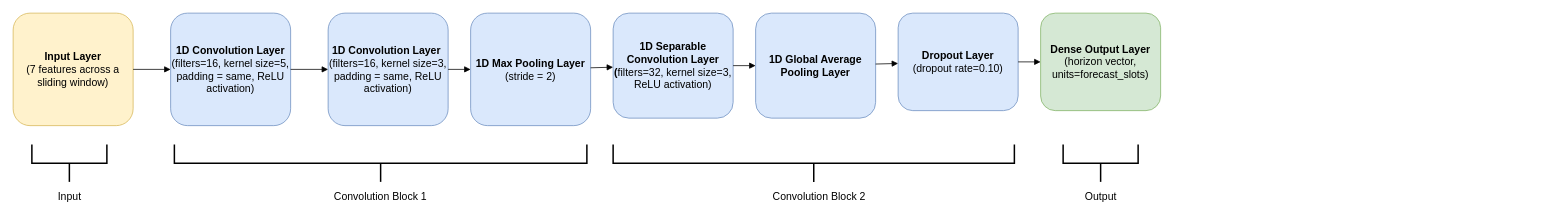
Earlier version of the draw.io diagram page "1D CNN Model" (7 of 9) of tinyml_home_weather_forecasting.drawio (rishi-latchmepersad/TinyML-Home-Weather-Forecasting). Source tidied: cells renumbered, new cells numbered last; positions are measured from the earlier drawing's top-left corner, leaving out a move shared by most shapes. Both pictures are drawn from the tidied source at 75%, with x=0, y=0 at pixel (13, -44).
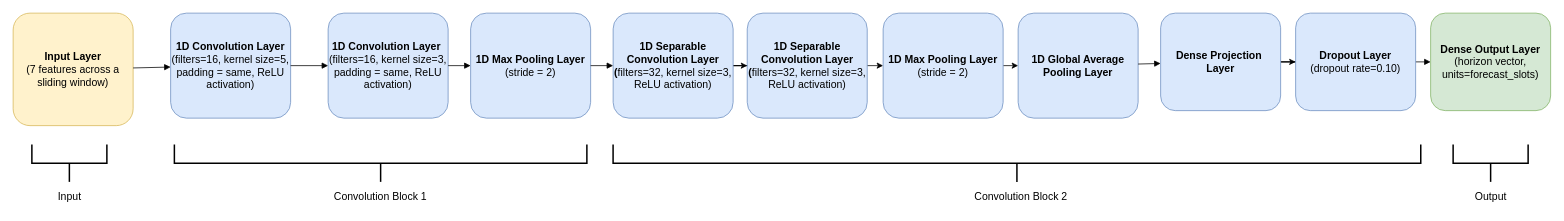
The same page after the edit.

Unchanged cells that the change refers to:
```xml
<mxCell id="6" value="&lt;b&gt;1D Separable Convolution Layer (&lt;/b&gt;filters=32, kernel size=3, ReLU activation)" style="rounded=1;whiteSpace=wrap;html=1;fillColor=#dae8fc;strokeColor=#6c8ebf;fontSize=14;" parent="1" vertex="1">
  <mxGeometry x="800" y="75" width="160" height="140" as="geometry" />
</mxCell>
```

Diff of the diagram source:
```diff
@@
     <mxCell id="3" value="&lt;b&gt;1D Convolution Layer&lt;/b&gt; (filters=16, kernel size=5, padding = same, ReLU activation)" style="rounded=1;whiteSpace=wrap;html=1;fillColor=#dae8fc;strokeColor=#6c8ebf;fontSize=14;" parent="1" vertex="1">
-      <mxGeometry x="210" y="75" width="160" height="150" as="geometry" />
+      <mxGeometry x="210" y="75" width="160" height="140" as="geometry" />
     </mxCell>
     <mxCell id="4" value="&lt;b&gt;1D Convolution Layer&lt;/b&gt;&amp;nbsp;&lt;div&gt;(filters=16, kernel size=3, padding = same, ReLU activation)&lt;/div&gt;" style="rounded=1;whiteSpace=wrap;html=1;fillColor=#dae8fc;strokeColor=#6c8ebf;fontSize=14;" parent="1" vertex="1">
-      <mxGeometry x="420" y="75" width="160" height="150" as="geometry" />
+      <mxGeometry x="420" y="75" width="160" height="140" as="geometry" />
     </mxCell>
     <mxCell id="5" value="&lt;b&gt;1D Max Pooling Layer&lt;/b&gt;&lt;div&gt;(stride = 2)&lt;/div&gt;" style="rounded=1;whiteSpace=wrap;html=1;fillColor=#dae8fc;strokeColor=#6c8ebf;fontSize=14;" parent="1" vertex="1">
-      <mxGeometry x="610" y="75" width="160" height="150" as="geometry" />
+      <mxGeometry x="610" y="75" width="160" height="140" as="geometry" />
     </mxCell>
+    <mxCell id="25" style="edgeStyle=orthogonalEdgeStyle;rounded=0;jettySize=auto;html=1;entryX=0;entryY=0.5;entryDx=0;entryDy=0;" parent="1" edge="1" source="6" target="28">
+      <mxGeometry relative="1" as="geometry" />
+    </mxCell>
@@
     <mxCell id="7" value="&lt;b&gt;1D Global Average Pooling Layer&lt;/b&gt;" style="rounded=1;whiteSpace=wrap;html=1;fillColor=#dae8fc;strokeColor=#6c8ebf;fontSize=14;" parent="1" vertex="1">
-      <mxGeometry x="990" y="75" width="160" height="140" as="geometry" />
+      <mxGeometry x="1340" y="75" width="160" height="140" as="geometry" />
     </mxCell>
+    <mxCell id="26" style="edgeStyle=orthogonalEdgeStyle;rounded=0;jettySize=auto;html=1;exitX=1;exitY=0.5;exitDx=0;exitDy=0;" parent="1" edge="1" source="8" target="31">
+      <mxGeometry relative="1" as="geometry" />
+    </mxCell>
-    <mxCell id="8" value="&lt;b&gt;Dropout Layer&lt;/b&gt;&lt;div&gt;(dropout rate=0.10)&lt;/div&gt;" style="rounded=1;whiteSpace=wrap;html=1;fillColor=#dae8fc;strokeColor=#6c8ebf;fontSize=14;" parent="1" vertex="1">
-      <mxGeometry x="1180" y="75" width="160" height="130" as="geometry" />
+    <mxCell id="8" value="&lt;b&gt;Dense Projection&amp;nbsp;&lt;/b&gt;&lt;div&gt;&lt;b&gt;Layer&lt;/b&gt;&lt;/div&gt;" style="rounded=1;whiteSpace=wrap;html=1;fillColor=#dae8fc;strokeColor=#6c8ebf;fontSize=14;" parent="1" vertex="1">
+      <mxGeometry x="1530" y="75" width="160" height="130" as="geometry" />
     </mxCell>
     <mxCell id="9" value="&lt;b&gt;Dense Output Layer&lt;/b&gt;&lt;div&gt;(horizon vector, units=forecast_slots)&lt;/div&gt;" style="rounded=1;whiteSpace=wrap;html=1;fillColor=#d5e8d4;strokeColor=#82b366;fontSize=14;" parent="1" vertex="1">
-      <mxGeometry x="1370" y="75" width="160" height="130" as="geometry" />
+      <mxGeometry x="1890" y="75" width="160" height="130" as="geometry" />
     </mxCell>
@@
-    <mxCell id="14" style="endArrow=block;html=1;rounded=0;strokeColor=#000000;" parent="1" edge="1" source="6" target="7">
-      <mxGeometry relative="1" as="geometry" />
-    </mxCell>
@@
-    <mxCell id="16" style="endArrow=block;html=1;rounded=0;strokeColor=#000000;" parent="1" edge="1" source="8" target="9">
-      <mxGeometry relative="1" as="geometry" />
+    <mxCell id="16" style="endArrow=block;html=1;rounded=0;strokeColor=#000000;" parent="1" edge="1" target="9">
+      <mxGeometry relative="1" as="geometry">
+        <mxPoint x="1870" y="140" as="sourcePoint" />
+      </mxGeometry>
     </mxCell>
@@
     <mxCell id="21" style="strokeWidth=2;html=1;shape=mxgraph.flowchart.annotation_2;align=left;labelPosition=right;rotation=-90;" parent="1" vertex="1">
-      <mxGeometry x="1042.5" y="7.5" width="50" height="535" as="geometry" />
+      <mxGeometry x="1313.4" y="-263.4" width="50" height="1076.9" as="geometry" />
     </mxCell>
     <mxCell id="22" value="Convolution Block 2" style="text;html=1;align=center;verticalAlign=middle;whiteSpace=wrap;rounded=0;fontSize=14;" parent="1" vertex="1">
-      <mxGeometry x="1011.2" y="305" width="127.5" height="30" as="geometry" />
+      <mxGeometry x="1280" y="305" width="127.5" height="30" as="geometry" />
     </mxCell>
     <mxCell id="23" style="strokeWidth=2;html=1;shape=mxgraph.flowchart.annotation_2;align=left;labelPosition=right;rotation=-90;" parent="1" vertex="1">
-      <mxGeometry x="1425" y="225" width="50" height="100" as="geometry" />
+      <mxGeometry x="1945" y="225" width="50" height="100" as="geometry" />
     </mxCell>
     <mxCell id="24" value="Output" style="text;html=1;align=center;verticalAlign=middle;whiteSpace=wrap;rounded=0;fontSize=14;" parent="1" vertex="1">
-      <mxGeometry x="1407.5" y="305" width="85" height="30" as="geometry" />
+      <mxGeometry x="1927.5" y="305" width="85" height="30" as="geometry" />
     </mxCell>
+    <mxCell id="27" style="edgeStyle=orthogonalEdgeStyle;rounded=0;jettySize=auto;html=1;exitX=1;exitY=0.5;exitDx=0;exitDy=0;entryX=0;entryY=0.5;entryDx=0;entryDy=0;" parent="1" edge="1" source="28" target="30">
+      <mxGeometry relative="1" as="geometry" />
+    </mxCell>
+    <mxCell id="28" value="&lt;b&gt;1D Separable Convolution Layer (&lt;/b&gt;filters=32, kernel size=3, ReLU activation)" style="rounded=1;whiteSpace=wrap;html=1;fillColor=#dae8fc;strokeColor=#6c8ebf;fontSize=14;" parent="1" vertex="1">
+      <mxGeometry x="978.8" y="75" width="160" height="140" as="geometry" />
+    </mxCell>
+    <mxCell id="29" style="edgeStyle=orthogonalEdgeStyle;rounded=0;jettySize=auto;html=1;exitX=1;exitY=0.5;exitDx=0;exitDy=0;entryX=0;entryY=0.5;entryDx=0;entryDy=0;" parent="1" edge="1" source="30" target="7">
+      <mxGeometry relative="1" as="geometry" />
+    </mxCell>
+    <mxCell id="30" value="&lt;b&gt;1D Max Pooling Layer&lt;/b&gt;&lt;div&gt;(stride = 2)&lt;/div&gt;" style="rounded=1;whiteSpace=wrap;html=1;fillColor=#dae8fc;strokeColor=#6c8ebf;fontSize=14;" parent="1" vertex="1">
+      <mxGeometry x="1160" y="75" width="160" height="140" as="geometry" />
+    </mxCell>
+    <mxCell id="31" value="&lt;b&gt;Dropout Layer&lt;/b&gt;&lt;div&gt;(dropout rate=0.10)&lt;/div&gt;" style="rounded=1;whiteSpace=wrap;html=1;fillColor=#dae8fc;strokeColor=#6c8ebf;fontSize=14;" parent="1" vertex="1">
+      <mxGeometry x="1710" y="75" width="160" height="130" as="geometry" />
+    </mxCell>
```
